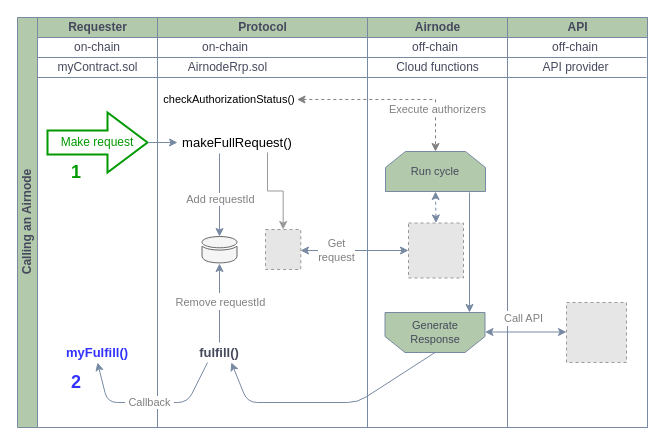
Before: docs/airnode/v0.6/assets/diagrams/call-an-airnode.drawio in api3dao/old-api3-docs, a draw.io diagram. Source tidied: cells renumbered, new cells numbered last; positions are measured from the earlier drawing's top-left corner, leaving out a move shared by most shapes. Both pictures are drawn from the tidied source at 100%, with x=0, y=0 at pixel (17, 17). Pictures stored in the file or linked from it are replaced by grey dashed boxes.
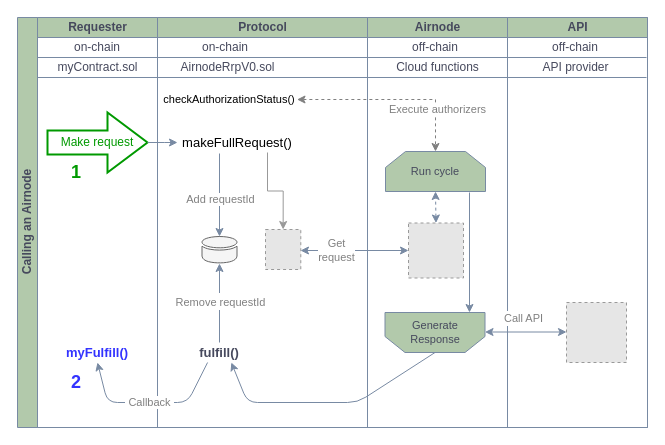
The same diagram, later.

The change refers to these unchanged cells:
```xml
<mxCell id="13" value="Protocol" style="swimlane;html=1;startSize=20;fillColor=#B2C9AB;strokeColor=#788AA3;fontColor=#46495D;" parent="2" vertex="1">
  <mxGeometry x="140" width="210" height="410" as="geometry" />
</mxCell>
```

Change to the diagram source:
```diff
@@
-    <mxCell id="19" value="AirnodeRrp.sol" style="text;html=1;align=center;verticalAlign=middle;strokeColor=none;fontColor=#46495D;" parent="13" vertex="1">
-      <mxGeometry x="25" y="40" width="90" height="20" as="geometry" />
+    <mxCell id="19" value="AirnodeRrpV0.sol" style="text;html=1;align=center;verticalAlign=middle;strokeColor=none;fontColor=#46495D;" parent="13" vertex="1">
+      <mxGeometry x="15" y="40" width="110" height="20" as="geometry" />
     </mxCell>
```
